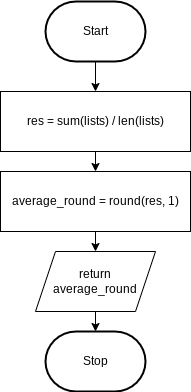
Before: Drawio/FlowChart.png, a diagram exported from draw.io (JacksonNaufal/ICS3U-Unit5-06-Python). Source tidied: cells renumbered, new cells last; positions are measured from the earlier drawing's top-left corner, leaving out a move shared by most shapes. Source of this version:
```xml
<mxGraphModel>
  <root>
    <mxCell id="0" />
    <mxCell id="1" parent="0" />
    <mxCell id="2" style="edgeStyle=none;html=1;" parent="1" edge="1" source="3" target="8">
      <mxGeometry relative="1" as="geometry" />
    </mxCell>
    <mxCell id="3" value="Start" style="strokeWidth=2;html=1;shape=mxgraph.flowchart.terminator;whiteSpace=wrap;" parent="1" vertex="1">
      <mxGeometry x="45" width="100" height="60" as="geometry" />
    </mxCell>
    <mxCell id="4" value="Stop" style="strokeWidth=2;html=1;shape=mxgraph.flowchart.terminator;whiteSpace=wrap;rounded=1;" parent="1" vertex="1">
      <mxGeometry x="45" y="330" width="100" height="60" as="geometry" />
    </mxCell>
    <mxCell id="5" style="edgeStyle=none;html=1;" parent="1" edge="1" source="6" target="4">
      <mxGeometry relative="1" as="geometry" />
    </mxCell>
    <mxCell id="6" value="return&lt;br&gt;average_round" style="shape=parallelogram;perimeter=parallelogramPerimeter;whiteSpace=wrap;html=1;fixedSize=1;" parent="1" vertex="1">
      <mxGeometry x="35" y="250" width="120" height="60" as="geometry" />
    </mxCell>
    <mxCell id="7" style="edgeStyle=none;html=1;" parent="1" edge="1" source="8" target="10">
      <mxGeometry relative="1" as="geometry" />
    </mxCell>
    <mxCell id="8" value="res = sum(lists) / len(lists)" style="rounded=0;whiteSpace=wrap;html=1;" parent="1" vertex="1">
      <mxGeometry y="90" width="190" height="60" as="geometry" />
    </mxCell>
    <mxCell id="9" style="edgeStyle=none;html=1;" parent="1" edge="1" source="10" target="6">
      <mxGeometry relative="1" as="geometry" />
    </mxCell>
    <mxCell id="10" value="average_round = round(res, 1)" style="rounded=0;whiteSpace=wrap;html=1;" parent="1" vertex="1">
      <mxGeometry y="170" width="190" height="60" as="geometry" />
    </mxCell>
  </root>
</mxGraphModel>
```
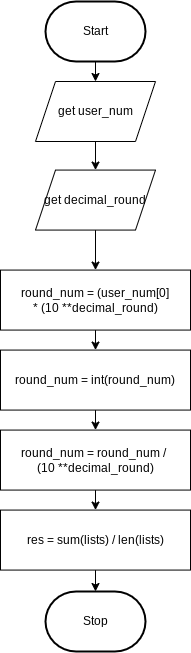
The same diagram one commit later.

Diff of the diagram source:
```diff
@@ -2,32 +2,56 @@
   <root>
     <mxCell id="0" />
     <mxCell id="1" parent="0" />
-    <mxCell id="2" style="edgeStyle=none;html=1;" parent="1" edge="1" source="3" target="8">
-      <mxGeometry relative="1" as="geometry" />
-    </mxCell>
+    <mxCell id="11" style="edgeStyle=none;html=1;" parent="1" edge="1" source="3" target="14">
+      <mxGeometry relative="1" as="geometry" />
+    </mxCell>
     <mxCell id="3" value="Start" style="strokeWidth=2;html=1;shape=mxgraph.flowchart.terminator;whiteSpace=wrap;" parent="1" vertex="1">
-      <mxGeometry x="45" width="100" height="60" as="geometry" />
+      <mxGeometry x="45" y="70" width="100" height="60" as="geometry" />
     </mxCell>
     <mxCell id="4" value="Stop" style="strokeWidth=2;html=1;shape=mxgraph.flowchart.terminator;whiteSpace=wrap;rounded=1;" parent="1" vertex="1">
-      <mxGeometry x="45" y="330" width="100" height="60" as="geometry" />
+      <mxGeometry x="45" y="660" width="100" height="60" as="geometry" />
     </mxCell>
-    <mxCell id="5" style="edgeStyle=none;html=1;" parent="1" edge="1" source="6" target="4">
-      <mxGeometry relative="1" as="geometry" />
-    </mxCell>
-    <mxCell id="6" value="return&lt;br&gt;average_round" style="shape=parallelogram;perimeter=parallelogramPerimeter;whiteSpace=wrap;html=1;fixedSize=1;" parent="1" vertex="1">
-      <mxGeometry x="35" y="250" width="120" height="60" as="geometry" />
-    </mxCell>
     <mxCell id="7" style="edgeStyle=none;html=1;" parent="1" edge="1" source="8" target="10">
       <mxGeometry relative="1" as="geometry" />
     </mxCell>
-    <mxCell id="8" value="res = sum(lists) / len(lists)" style="rounded=0;whiteSpace=wrap;html=1;" parent="1" vertex="1">
-      <mxGeometry y="90" width="190" height="60" as="geometry" />
+    <mxCell id="8" value="round_num = int(round_num)" style="rounded=0;whiteSpace=wrap;html=1;" parent="1" vertex="1">
+      <mxGeometry y="418.6" width="190" height="60" as="geometry" />
     </mxCell>
-    <mxCell id="9" style="edgeStyle=none;html=1;" parent="1" edge="1" source="10" target="6">
-      <mxGeometry relative="1" as="geometry" />
+    <mxCell id="9" style="edgeStyle=none;html=1;" parent="1" edge="1">
+      <mxGeometry relative="1" as="geometry">
+        <mxPoint x="90" y="658.6" as="sourcePoint" />
+        <mxPoint x="90" y="658.6" as="targetPoint" />
+      </mxGeometry>
     </mxCell>
+    <mxCell id="12" style="edgeStyle=none;html=1;" parent="1" edge="1" source="10" target="20">
+      <mxGeometry relative="1" as="geometry" />
+    </mxCell>
-    <mxCell id="10" value="average_round = round(res, 1)" style="rounded=0;whiteSpace=wrap;html=1;" parent="1" vertex="1">
-      <mxGeometry y="170" width="190" height="60" as="geometry" />
+    <mxCell id="10" value="round_num = round_num / &lt;br&gt;(10 **decimal_round)" style="rounded=0;whiteSpace=wrap;html=1;" parent="1" vertex="1">
+      <mxGeometry y="498.6" width="190" height="60" as="geometry" />
     </mxCell>
+    <mxCell id="13" style="edgeStyle=none;html=1;" parent="1" edge="1" source="14" target="16">
+      <mxGeometry relative="1" as="geometry" />
+    </mxCell>
+    <mxCell id="14" value="get user_num" style="shape=parallelogram;perimeter=parallelogramPerimeter;whiteSpace=wrap;html=1;fixedSize=1;" parent="1" vertex="1">
+      <mxGeometry x="35" y="150" width="120" height="60" as="geometry" />
+    </mxCell>
+    <mxCell id="15" style="edgeStyle=none;html=1;" parent="1" edge="1" source="16" target="18">
+      <mxGeometry relative="1" as="geometry" />
+    </mxCell>
+    <mxCell id="16" value="get decimal_round" style="shape=parallelogram;perimeter=parallelogramPerimeter;whiteSpace=wrap;html=1;fixedSize=1;" parent="1" vertex="1">
+      <mxGeometry x="35" y="238.6" width="120" height="60" as="geometry" />
+    </mxCell>
+    <mxCell id="17" style="edgeStyle=none;html=1;" parent="1" edge="1" source="18" target="8">
+      <mxGeometry relative="1" as="geometry" />
+    </mxCell>
+    <mxCell id="18" value="round_num = (user_num[0]&lt;br&gt;* (10 **decimal_round)" style="rounded=0;whiteSpace=wrap;html=1;" parent="1" vertex="1">
+      <mxGeometry y="338.6" width="190" height="60" as="geometry" />
+    </mxCell>
+    <mxCell id="19" style="edgeStyle=none;html=1;" parent="1" edge="1" source="20" target="4">
+      <mxGeometry relative="1" as="geometry" />
+    </mxCell>
+    <mxCell id="20" value="res = sum(lists) / len(lists)" style="rounded=0;whiteSpace=wrap;html=1;" parent="1" vertex="1">
+      <mxGeometry y="578.6" width="190" height="60" as="geometry" />
+    </mxCell>
   </root>
 </mxGraphModel>
```
